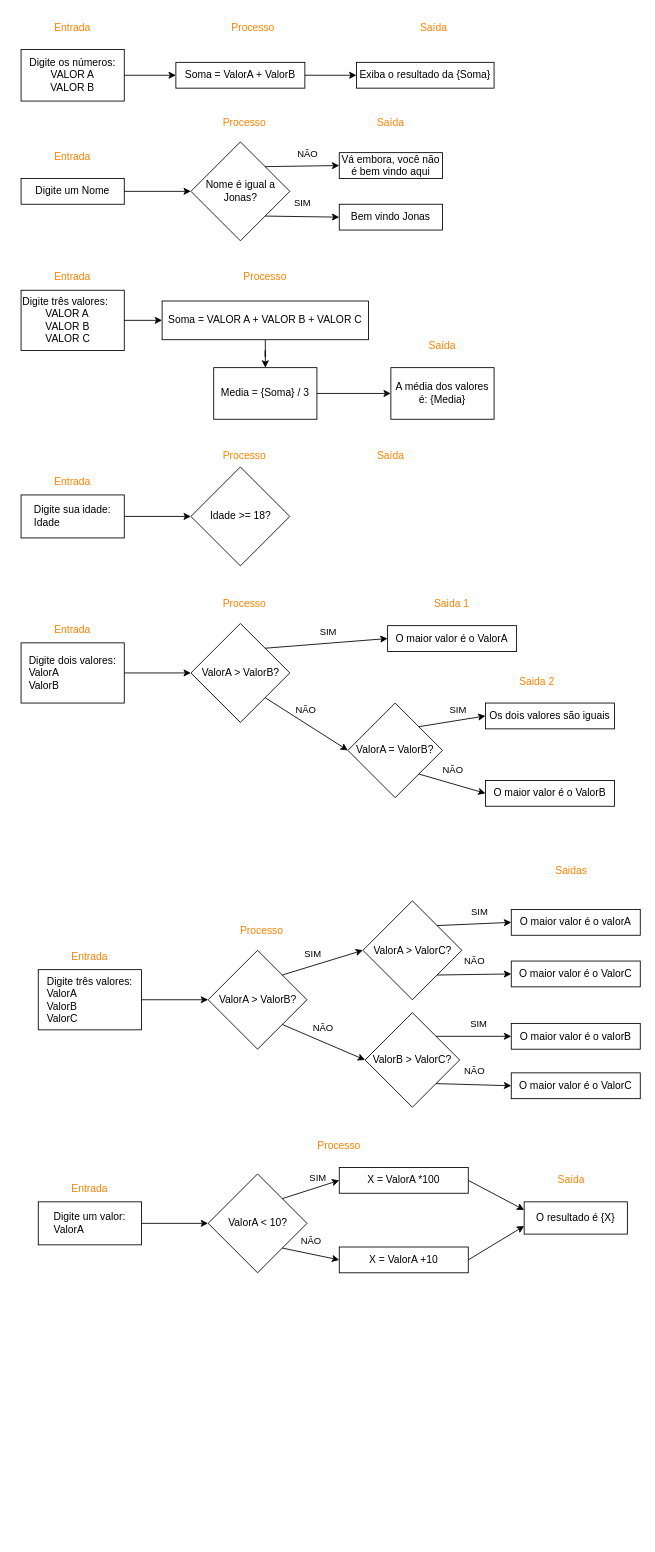
Above: Draw_Git/exercicios-pdf1-ciclo1.drawio in Gabrielnbr/Draw (draw.io), before the change. Source tidied: cells renumbered, new cells numbered last; positions are measured from the earlier drawing's top-left corner, leaving out a move shared by most shapes. Both pictures are drawn from the tidied source at 86%, with x=0, y=0 at pixel (21, 15).
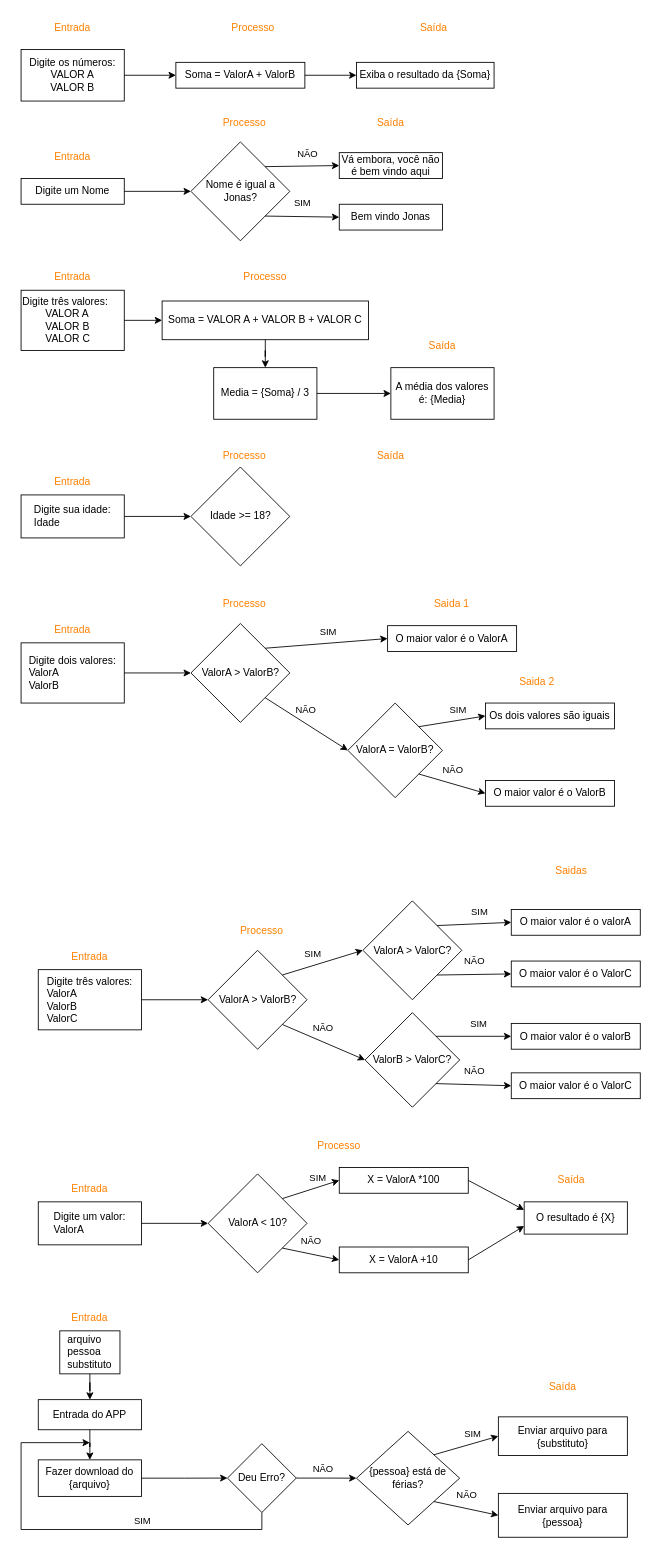
The same diagram, later.

The edit, as a diff of the source:
```diff
@@
+    <mxCell id="96" value="&lt;font style=&quot;color: rgb(255, 128, 0);&quot;&gt;Entrada&lt;/font&gt;" style="text;html=1;align=center;verticalAlign=middle;whiteSpace=wrap;rounded=0;" parent="1" vertex="1">
+      <mxGeometry x="50" y="1500" width="60" height="30" as="geometry" />
+    </mxCell>
+    <mxCell id="97" style="edgeStyle=orthogonalEdgeStyle;rounded=0;jettySize=auto;html=1;" parent="1" edge="1" source="98" target="100">
+      <mxGeometry relative="1" as="geometry" />
+    </mxCell>
+    <mxCell id="98" value="&lt;div style=&quot;text-align: left;&quot;&gt;&lt;span style=&quot;background-color: transparent; color: light-dark(rgb(0, 0, 0), rgb(255, 255, 255));&quot;&gt;arquivo&lt;/span&gt;&lt;/div&gt;&lt;div style=&quot;text-align: left;&quot;&gt;&lt;span style=&quot;background-color: transparent; color: light-dark(rgb(0, 0, 0), rgb(255, 255, 255));&quot;&gt;pessoa&lt;/span&gt;&lt;/div&gt;&lt;div style=&quot;text-align: left;&quot;&gt;&lt;span style=&quot;background-color: transparent; color: light-dark(rgb(0, 0, 0), rgb(255, 255, 255));&quot;&gt;substituto&lt;/span&gt;&lt;/div&gt;" style="rounded=0;whiteSpace=wrap;html=1;fillColor=none;" parent="1" vertex="1">
+      <mxGeometry x="45" y="1530" width="70" height="50" as="geometry" />
+    </mxCell>
+    <mxCell id="99" style="edgeStyle=orthogonalEdgeStyle;rounded=0;jettySize=auto;html=1;" parent="1" edge="1" source="100" target="102">
+      <mxGeometry relative="1" as="geometry" />
+    </mxCell>
+    <mxCell id="100" value="Entrada do APP" style="whiteSpace=wrap;html=1;fillColor=none;rounded=0;" parent="1" vertex="1">
+      <mxGeometry x="20" y="1610" width="120" height="35" as="geometry" />
+    </mxCell>
+    <mxCell id="101" style="edgeStyle=orthogonalEdgeStyle;rounded=0;jettySize=auto;html=1;" parent="1" edge="1" source="102" target="107">
+      <mxGeometry relative="1" as="geometry" />
+    </mxCell>
+    <mxCell id="102" value="Fazer download do {arquivo}" style="whiteSpace=wrap;html=1;fillColor=none;rounded=0;" parent="1" vertex="1">
+      <mxGeometry x="20" y="1680" width="120" height="42.5" as="geometry" />
+    </mxCell>
+    <mxCell id="103" style="edgeStyle=orthogonalEdgeStyle;rounded=0;jettySize=auto;html=1;exitX=0.5;exitY=1;exitDx=0;exitDy=0;" parent="1" edge="1" source="107">
+      <mxGeometry relative="1" as="geometry">
+        <mxPoint x="80" y="1660" as="targetPoint" />
+        <Array as="points">
+          <mxPoint x="280" y="1761" />
+          <mxPoint y="1761" />
+          <mxPoint y="1660" />
+        </Array>
+      </mxGeometry>
+    </mxCell>
+    <mxCell id="104" value="SIM" style="edgeLabel;html=1;align=center;verticalAlign=middle;" parent="103" vertex="1">
+      <mxGeometry x="-0.34" y="-1" relative="1" as="geometry">
+        <mxPoint y="-10" as="offset" />
+      </mxGeometry>
+    </mxCell>
+    <mxCell id="105" style="edgeStyle=orthogonalEdgeStyle;rounded=0;jettySize=auto;html=1;" parent="1" edge="1" source="107" target="108">
+      <mxGeometry relative="1" as="geometry" />
+    </mxCell>
+    <mxCell id="106" value="NÃO" style="edgeLabel;html=1;align=center;verticalAlign=middle;labelBackgroundColor=none;" parent="105" vertex="1">
+      <mxGeometry x="-0.14" y="3" relative="1" as="geometry">
+        <mxPoint y="-8" as="offset" />
+      </mxGeometry>
+    </mxCell>
+    <mxCell id="107" value="Deu Erro?" style="rhombus;whiteSpace=wrap;html=1;fillColor=none;rounded=0;" parent="1" vertex="1">
+      <mxGeometry x="240" y="1661.2" width="80" height="80" as="geometry" />
+    </mxCell>
+    <mxCell id="108" value="{pessoa} está de férias?" style="rhombus;whiteSpace=wrap;html=1;fillColor=none;rounded=0;" parent="1" vertex="1">
+      <mxGeometry x="390" y="1646.9" width="120" height="108.8" as="geometry" />
+    </mxCell>
+    <mxCell id="109" value="Enviar arquivo para {pessoa}" style="rounded=0;whiteSpace=wrap;html=1;fillColor=none;" parent="1" vertex="1">
+      <mxGeometry x="555" y="1719" width="150" height="51" as="geometry" />
+    </mxCell>
+    <mxCell id="110" value="Enviar arquivo para {substituto}" style="rounded=0;whiteSpace=wrap;html=1;fillColor=none;" parent="1" vertex="1">
+      <mxGeometry x="555" y="1630" width="150" height="45" as="geometry" />
+    </mxCell>
+    <mxCell id="111" style="endArrow=classic;html=1;rounded=0;entryX=0;entryY=0.5;entryDx=0;entryDy=0;exitX=1;exitY=1;exitDx=0;exitDy=0;" parent="1" edge="1" source="108" target="109">
+      <mxGeometry relative="1" as="geometry" />
+    </mxCell>
+    <mxCell id="112" value="NÃO" style="edgeLabel;html=1;align=center;verticalAlign=middle;labelBackgroundColor=none;" parent="111" vertex="1">
+      <mxGeometry x="-0.02" y="-3" relative="1" as="geometry">
+        <mxPoint x="1" y="-19" as="offset" />
+      </mxGeometry>
+    </mxCell>
+    <mxCell id="113" style="endArrow=classic;html=1;rounded=0;entryX=0;entryY=0.5;entryDx=0;entryDy=0;exitX=1;exitY=0;exitDx=0;exitDy=0;" parent="1" edge="1" source="108" target="110">
+      <mxGeometry relative="1" as="geometry" />
+    </mxCell>
+    <mxCell id="114" value="SIM" style="edgeLabel;html=1;align=center;verticalAlign=middle;labelBackgroundColor=none;" parent="113" vertex="1">
+      <mxGeometry x="-0.15" y="-2" relative="1" as="geometry">
+        <mxPoint x="12" y="-17" as="offset" />
+      </mxGeometry>
+    </mxCell>
+    <mxCell id="115" value="&lt;font style=&quot;color: rgb(255, 128, 0);&quot;&gt;Saída&lt;/font&gt;" style="text;html=1;align=center;verticalAlign=middle;whiteSpace=wrap;rounded=0;" parent="1" vertex="1">
+      <mxGeometry x="600" y="1580" width="60" height="30" as="geometry" />
+    </mxCell>
```
